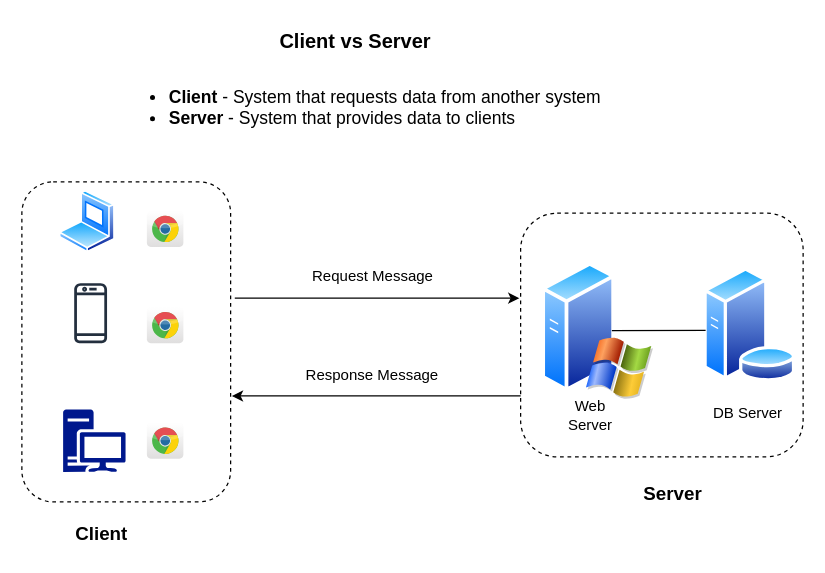
Before: page "Client vs Server" (3 of 10) of JS Client Server.drawio in phyowaihtoon/JavaScriptCourse-Batch1, a draw.io diagram. Source tidied: cells renumbered, new cells numbered last; positions are measured from the earlier drawing's top-left corner, leaving out a move shared by most shapes. Both pictures are drawn from the tidied source at 125%, with x=0, y=0 at pixel (21, 21).
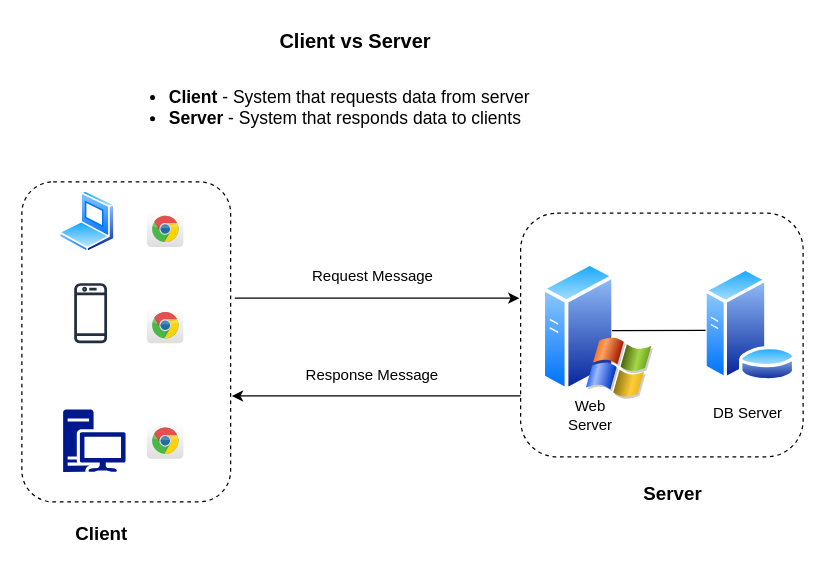
After the change.

Change to the diagram source:
```diff
@@
-    <mxCell id="4" value="&lt;ul&gt;&lt;li&gt;&lt;b&gt;Client&lt;/b&gt; - System that requests data from another system&lt;/li&gt;&lt;li&gt;&lt;b&gt;Server&lt;/b&gt; - System that provides data to clients&lt;/li&gt;&lt;/ul&gt;" style="text;html=1;whiteSpace=wrap;strokeColor=none;fillColor=none;align=left;verticalAlign=middle;rounded=0;fontSize=14;" parent="1" vertex="1">
+    <mxCell id="4" value="&lt;ul&gt;&lt;li&gt;&lt;b&gt;Client&lt;/b&gt; - System that requests data from server&lt;/li&gt;&lt;li&gt;&lt;b&gt;Server&lt;/b&gt; - System that responds data to clients&lt;/li&gt;&lt;/ul&gt;" style="text;html=1;whiteSpace=wrap;strokeColor=none;fillColor=none;align=left;verticalAlign=middle;rounded=0;fontSize=14;" parent="1" vertex="1">
       <mxGeometry x="76" y="39" width="422" height="58" as="geometry" />
     </mxCell>
```
